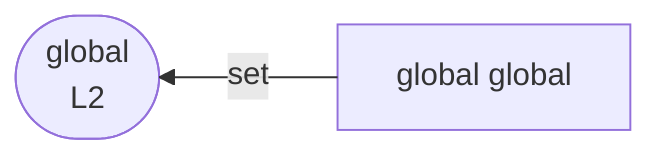
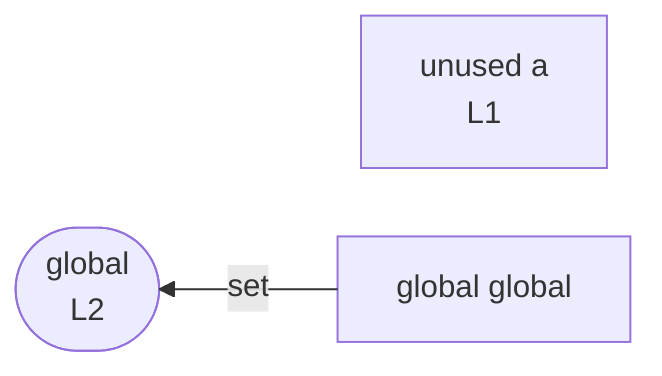
%%{init: {"flowchart": {"defaultRenderer": "elk"}}}%%
flowchart RL
+   n_scope_0_a_4["unused a<br/>L1"]
  n_scope_0_global_11["global global"]
  wr_ref_0(["global<br/>L2"])
  n_scope_0_global_11 -->|set| wr_ref_0
